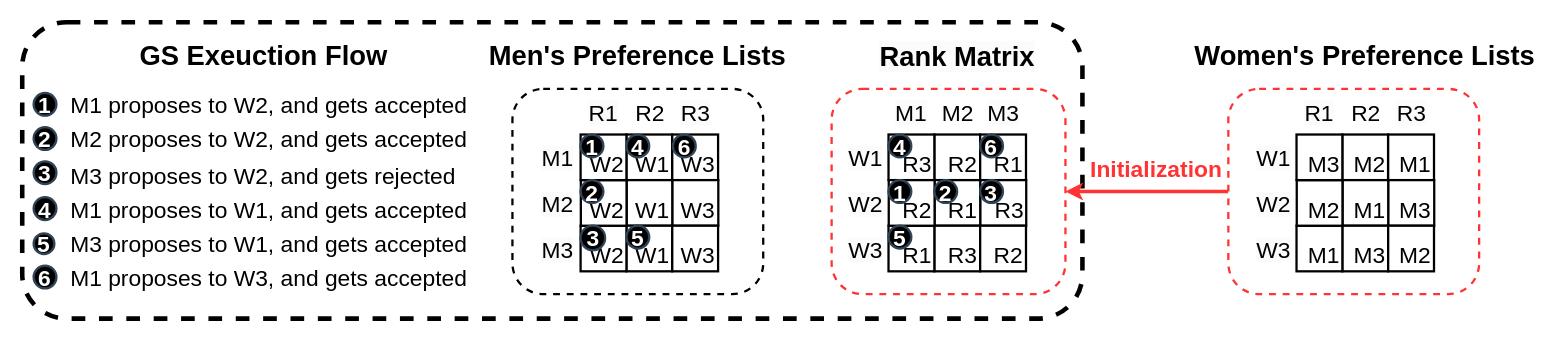
Before: newGSExec.drawio in victorliu-sq/BambooSMP-Figures, a draw.io diagram. Source tidied: cells renumbered, new cells numbered last; positions are measured from the earlier drawing's top-left corner, leaving out a move shared by most shapes. Both pictures are drawn from the tidied source at 114%, with x=0, y=0 at pixel (22, 22).
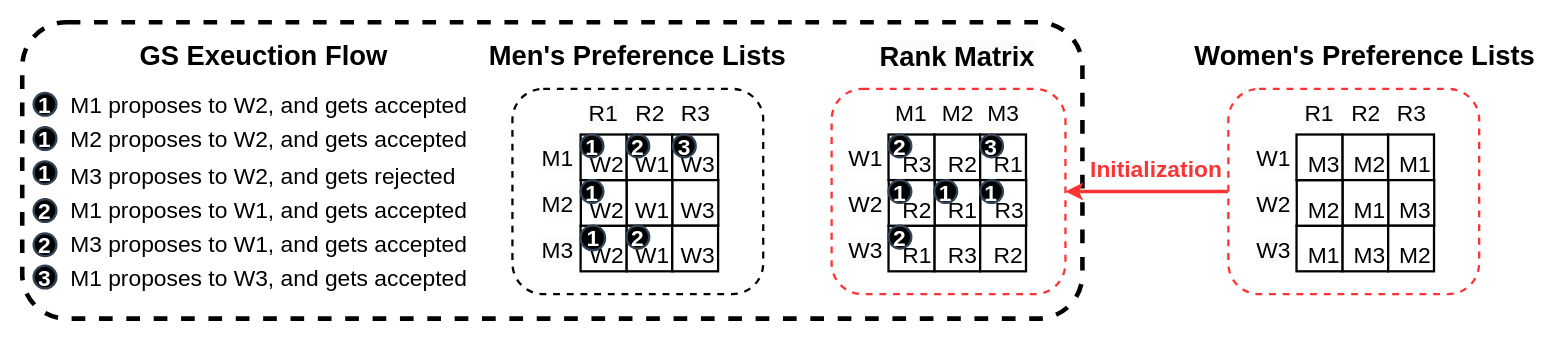
The same diagram, later.

The edit, as a diff of the source:
```diff
@@
-    <mxCell id="6" value="2" style="ellipse;whiteSpace=wrap;html=1;strokeColor=#314354;align=center;verticalAlign=middle;fontFamily=Helvetica;fontSize=20;fillColor=#000000;fontColor=#ffffff;fontStyle=1;strokeWidth=2;" parent="1" vertex="1">
+    <mxCell id="6" value="1" style="ellipse;whiteSpace=wrap;html=1;strokeColor=#314354;align=center;verticalAlign=middle;fontFamily=Helvetica;fontSize=20;fillColor=#000000;fontColor=#ffffff;fontStyle=1;strokeWidth=2;" parent="1" vertex="1">
       <mxGeometry x="10" y="92" width="20" height="20" as="geometry" />
     </mxCell>
-    <mxCell id="7" value="3" style="ellipse;whiteSpace=wrap;html=1;strokeColor=#314354;align=center;verticalAlign=middle;fontFamily=Helvetica;fontSize=20;fillColor=#000000;fontColor=#ffffff;fontStyle=1;strokeWidth=2;" parent="1" vertex="1">
+    <mxCell id="7" value="1" style="ellipse;whiteSpace=wrap;html=1;strokeColor=#314354;align=center;verticalAlign=middle;fontFamily=Helvetica;fontSize=20;fillColor=#000000;fontColor=#ffffff;fontStyle=1;strokeWidth=2;" parent="1" vertex="1">
       <mxGeometry x="10" y="122" width="20" height="20" as="geometry" />
     </mxCell>
-    <mxCell id="8" value="4" style="ellipse;whiteSpace=wrap;html=1;strokeColor=#314354;align=center;verticalAlign=middle;fontFamily=Helvetica;fontSize=20;fillColor=#000000;fontColor=#ffffff;fontStyle=1;strokeWidth=2;" parent="1" vertex="1">
-      <mxGeometry x="10" y="153.5" width="20" height="20" as="geometry" />
-    </mxCell>
-    <mxCell id="9" value="5" style="ellipse;whiteSpace=wrap;html=1;strokeColor=#314354;align=center;verticalAlign=middle;fontFamily=Helvetica;fontSize=20;fillColor=#000000;fontColor=#ffffff;fontStyle=1;strokeWidth=2;" parent="1" vertex="1">
-      <mxGeometry x="10" y="185.2" width="18.2" height="18.2" as="geometry" />
+    <mxCell id="9" value="2" style="ellipse;whiteSpace=wrap;html=1;strokeColor=#314354;align=center;verticalAlign=middle;fontFamily=Helvetica;fontSize=20;fillColor=#000000;fontColor=#ffffff;fontStyle=1;strokeWidth=2;" parent="1" vertex="1">
+      <mxGeometry x="10" y="185.2" width="20" height="20" as="geometry" />
     </mxCell>
-    <mxCell id="10" value="6" style="ellipse;whiteSpace=wrap;html=1;strokeColor=#314354;align=center;verticalAlign=middle;fontFamily=Helvetica;fontSize=20;fillColor=#000000;fontColor=#ffffff;fontStyle=1;strokeWidth=2;" parent="1" vertex="1">
+    <mxCell id="10" value="3" style="ellipse;whiteSpace=wrap;html=1;strokeColor=#314354;align=center;verticalAlign=middle;fontFamily=Helvetica;fontSize=20;fillColor=#000000;fontColor=#ffffff;fontStyle=1;strokeWidth=2;" parent="1" vertex="1">
       <mxGeometry x="10" y="213.5" width="20" height="20" as="geometry" />
     </mxCell>
@@
-    <mxCell id="50" value="2" style="ellipse;whiteSpace=wrap;html=1;strokeColor=#314354;align=center;verticalAlign=middle;fontFamily=Helvetica;fontSize=20;fillColor=#000000;fontColor=#ffffff;fontStyle=1;strokeWidth=2;" parent="1" vertex="1">
+    <mxCell id="50" value="1" style="ellipse;whiteSpace=wrap;html=1;strokeColor=#314354;align=center;verticalAlign=middle;fontFamily=Helvetica;fontSize=20;fillColor=#000000;fontColor=#ffffff;fontStyle=1;strokeWidth=2;" parent="1" vertex="1">
       <mxGeometry x="489.8" y="138.5" width="20" height="20" as="geometry" />
     </mxCell>
-    <mxCell id="51" value="3" style="ellipse;whiteSpace=wrap;html=1;strokeColor=#314354;align=center;verticalAlign=middle;fontFamily=Helvetica;fontSize=20;fillColor=#000000;fontColor=#ffffff;fontStyle=1;strokeWidth=2;" parent="1" vertex="1">
+    <mxCell id="51" value="1" style="ellipse;whiteSpace=wrap;html=1;strokeColor=#314354;align=center;verticalAlign=middle;fontFamily=Helvetica;fontSize=20;fillColor=#000000;fontColor=#ffffff;fontStyle=1;strokeWidth=2;" parent="1" vertex="1">
       <mxGeometry x="489.8" y="178.5" width="21.5" height="21.5" as="geometry" />
     </mxCell>
-    <mxCell id="52" value="4" style="ellipse;whiteSpace=wrap;html=1;strokeColor=#314354;align=center;verticalAlign=middle;fontFamily=Helvetica;fontSize=20;fillColor=#000000;fontColor=#ffffff;fontStyle=1;strokeWidth=2;" parent="1" vertex="1">
+    <mxCell id="52" value="2" style="ellipse;whiteSpace=wrap;html=1;strokeColor=#314354;align=center;verticalAlign=middle;fontFamily=Helvetica;fontSize=20;fillColor=#000000;fontColor=#ffffff;fontStyle=1;strokeWidth=2;" parent="1" vertex="1">
       <mxGeometry x="530" y="98.5" width="20" height="20" as="geometry" />
     </mxCell>
-    <mxCell id="53" value="5" style="ellipse;whiteSpace=wrap;html=1;strokeColor=#314354;align=center;verticalAlign=middle;fontFamily=Helvetica;fontSize=20;fillColor=#000000;fontColor=#ffffff;fontStyle=1;strokeWidth=2;" parent="1" vertex="1">
+    <mxCell id="53" value="2" style="ellipse;whiteSpace=wrap;html=1;strokeColor=#314354;align=center;verticalAlign=middle;fontFamily=Helvetica;fontSize=20;fillColor=#000000;fontColor=#ffffff;fontStyle=1;strokeWidth=2;" parent="1" vertex="1">
       <mxGeometry x="530" y="178.5" width="20" height="20" as="geometry" />
     </mxCell>
-    <mxCell id="54" value="6" style="ellipse;whiteSpace=wrap;html=1;strokeColor=#314354;align=center;verticalAlign=middle;fontFamily=Helvetica;fontSize=20;fillColor=#000000;fontColor=#ffffff;fontStyle=1;strokeWidth=2;" parent="1" vertex="1">
+    <mxCell id="54" value="3" style="ellipse;whiteSpace=wrap;html=1;strokeColor=#314354;align=center;verticalAlign=middle;fontFamily=Helvetica;fontSize=20;fillColor=#000000;fontColor=#ffffff;fontStyle=1;strokeWidth=2;" parent="1" vertex="1">
       <mxGeometry x="570.8" y="98.5" width="20" height="20" as="geometry" />
     </mxCell>
@@
-    <mxCell id="56" value="5" style="ellipse;whiteSpace=wrap;html=1;strokeColor=#314354;align=center;verticalAlign=middle;fontFamily=Helvetica;fontSize=20;fillColor=#000000;fontColor=#ffffff;fontStyle=1;strokeWidth=2;" parent="1" vertex="1">
+    <mxCell id="56" value="2" style="ellipse;whiteSpace=wrap;html=1;strokeColor=#314354;align=center;verticalAlign=middle;fontFamily=Helvetica;fontSize=20;fillColor=#000000;fontColor=#ffffff;fontStyle=1;strokeWidth=2;" parent="1" vertex="1">
       <mxGeometry x="759.9" y="178.5" width="20" height="20" as="geometry" />
     </mxCell>
-    <mxCell id="57" value="4" style="ellipse;whiteSpace=wrap;html=1;strokeColor=#314354;align=center;verticalAlign=middle;fontFamily=Helvetica;fontSize=20;fillColor=#000000;fontColor=#ffffff;fontStyle=1;strokeWidth=2;" parent="1" vertex="1">
+    <mxCell id="57" value="2" style="ellipse;whiteSpace=wrap;html=1;strokeColor=#314354;align=center;verticalAlign=middle;fontFamily=Helvetica;fontSize=20;fillColor=#000000;fontColor=#ffffff;fontStyle=1;strokeWidth=2;" parent="1" vertex="1">
       <mxGeometry x="759.9" y="98.5" width="20" height="20" as="geometry" />
     </mxCell>
-    <mxCell id="58" value="2" style="ellipse;whiteSpace=wrap;html=1;strokeColor=#314354;align=center;verticalAlign=middle;fontFamily=Helvetica;fontSize=20;fillColor=#000000;fontColor=#ffffff;fontStyle=1;strokeWidth=2;" parent="1" vertex="1">
+    <mxCell id="58" value="1" style="ellipse;whiteSpace=wrap;html=1;strokeColor=#314354;align=center;verticalAlign=middle;fontFamily=Helvetica;fontSize=20;fillColor=#000000;fontColor=#ffffff;fontStyle=1;strokeWidth=2;" parent="1" vertex="1">
       <mxGeometry x="800.1" y="138.5" width="20" height="20" as="geometry" />
     </mxCell>
-    <mxCell id="59" value="3" style="ellipse;whiteSpace=wrap;html=1;strokeColor=#314354;align=center;verticalAlign=middle;fontFamily=Helvetica;fontSize=20;fillColor=#000000;fontColor=#ffffff;fontStyle=1;spacing=0;strokeWidth=2;" parent="1" vertex="1">
+    <mxCell id="59" value="1" style="ellipse;whiteSpace=wrap;html=1;strokeColor=#314354;align=center;verticalAlign=middle;fontFamily=Helvetica;fontSize=20;fillColor=#000000;fontColor=#ffffff;fontStyle=1;spacing=0;strokeWidth=2;" parent="1" vertex="1">
       <mxGeometry x="840.3" y="138.5" width="20" height="20" as="geometry" />
     </mxCell>
-    <mxCell id="60" value="6" style="ellipse;whiteSpace=wrap;html=1;strokeColor=#314354;align=center;verticalAlign=middle;fontFamily=Helvetica;fontSize=20;fillColor=#000000;fontColor=#ffffff;fontStyle=1;strokeWidth=2;" parent="1" vertex="1">
+    <mxCell id="60" value="3" style="ellipse;whiteSpace=wrap;html=1;strokeColor=#314354;align=center;verticalAlign=middle;fontFamily=Helvetica;fontSize=20;fillColor=#000000;fontColor=#ffffff;fontStyle=1;strokeWidth=2;" parent="1" vertex="1">
       <mxGeometry x="840.3" y="98.5" width="20" height="20" as="geometry" />
     </mxCell>
@@
+    <mxCell id="81" value="2" style="ellipse;whiteSpace=wrap;html=1;strokeColor=#314354;align=center;verticalAlign=middle;fontFamily=Helvetica;fontSize=20;fillColor=#000000;fontColor=#ffffff;fontStyle=1;strokeWidth=2;" parent="1" vertex="1">
+      <mxGeometry x="10" y="155.2" width="20" height="20" as="geometry" />
+    </mxCell>
```
